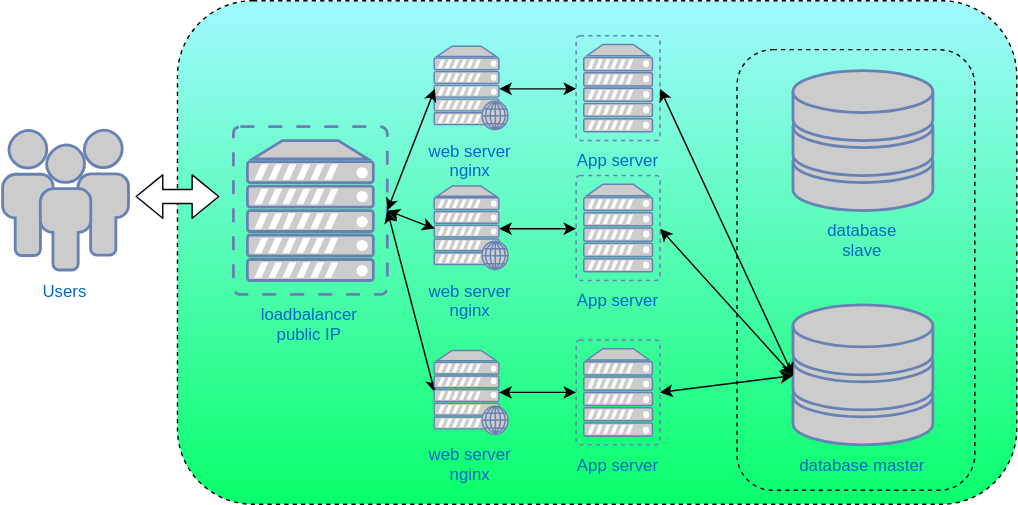
Above: slides/img/application-lb.svg in heytrav/intermediate-ansible (draw.io), before the change. Source tidied: cells renumbered, new cells last; positions are measured from the earlier drawing's top-left corner, leaving out a move shared by most shapes.
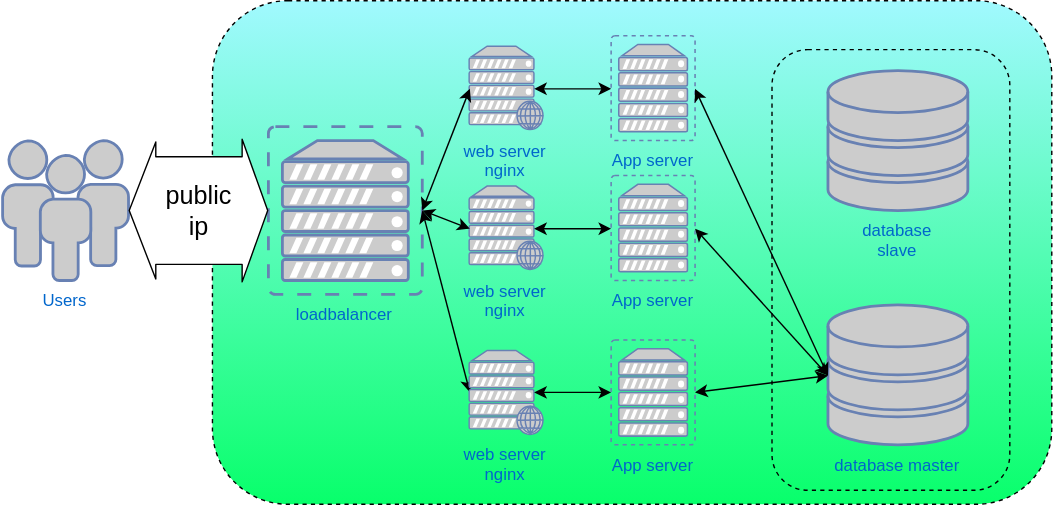
Above is the later version.

What changed in the source:
```diff
@@ -11,17 +11,14 @@
     <mxCell id="4" value="database master&lt;br&gt;" style="fontColor=#0066CC;verticalAlign=top;verticalLabelPosition=bottom;labelPosition=center;align=center;html=1;fillColor=#CCCCCC;strokeColor=#6881B3;gradientColor=none;gradientDirection=north;strokeWidth=2;shape=mxgraph.networks.storage;" parent="1" vertex="1">
       <mxGeometry x="565" y="217.5" width="100" height="100" as="geometry" />
     </mxCell>
-    <mxCell id="5" value="loadbalancer&lt;br&gt;public IP&lt;br&gt;" style="fontColor=#0066CC;verticalAlign=top;verticalLabelPosition=bottom;labelPosition=center;align=center;html=1;fillColor=#CCCCCC;strokeColor=#6881B3;gradientColor=none;gradientDirection=north;strokeWidth=2;shape=mxgraph.networks.virtual_server;" parent="1" vertex="1">
+    <mxCell id="5" value="loadbalancer&lt;br&gt;" style="fontColor=#0066CC;verticalAlign=top;verticalLabelPosition=bottom;labelPosition=center;align=center;html=1;fillColor=#CCCCCC;strokeColor=#6881B3;gradientColor=none;gradientDirection=north;strokeWidth=2;shape=mxgraph.networks.virtual_server;" parent="1" vertex="1">
       <mxGeometry x="165" y="90" width="110" height="120" as="geometry" />
     </mxCell>
     <mxCell id="6" value="Users&lt;br&gt;" style="fontColor=#0066CC;verticalAlign=top;verticalLabelPosition=bottom;labelPosition=center;align=center;html=1;fillColor=#CCCCCC;strokeColor=#6881B3;gradientColor=none;gradientDirection=north;strokeWidth=2;shape=mxgraph.networks.users;" parent="1" vertex="1">
-      <mxGeometry y="92.5" width="90" height="100" as="geometry" />
+      <mxGeometry x="-25" y="100" width="90" height="100" as="geometry" />
     </mxCell>
-    <mxCell id="7" style="shape=flexArrow;endArrow=classic;startArrow=classic;html=1;fillColor=#ffffff;fontSize=18;align=center;" parent="1" edge="1">
-      <mxGeometry relative="1" as="geometry">
-        <mxPoint x="95" y="140" as="sourcePoint" />
-        <mxPoint x="155" y="140" as="targetPoint" />
-      </mxGeometry>
+    <mxCell id="7" value="public&lt;br&gt;ip&lt;br&gt;" style="shape=flexArrow;endArrow=classic;startArrow=classic;html=1;fillColor=#ffffff;fontSize=18;align=center;endWidth=24;endSize=5.76;width=77;entryX=0;entryY=0.5;entryPerimeter=0;" parent="1" edge="1" source="6" target="5">
+      <mxGeometry relative="1" as="geometry" />
     </mxCell>
     <mxCell id="8" style="endArrow=classic;startArrow=classic;html=1;fontSize=18;align=center;entryX=0;entryY=0.5;entryPerimeter=0;exitX=1;exitY=0.5;exitPerimeter=0;" parent="1" edge="1" source="12" target="4">
       <mxGeometry relative="1" as="geometry" />
```
